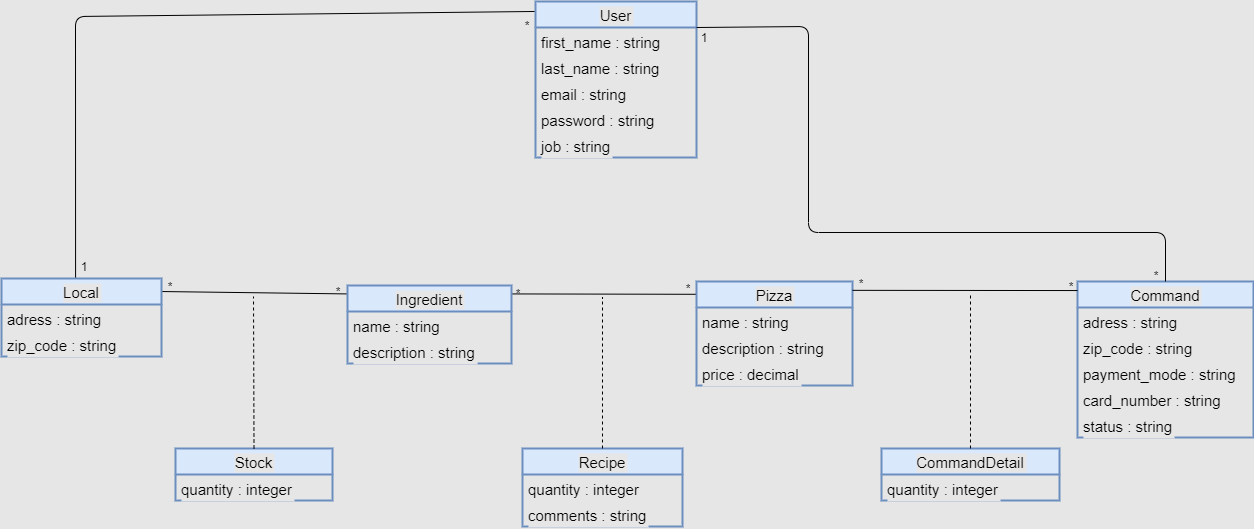
The draw.io diagram diagrammes/class_diagram.png in Tony380/Projet6, before a commit. Source tidied: cells renumbered, new cells last; positions are measured from the earlier drawing's top-left corner, leaving out a move shared by most shapes.
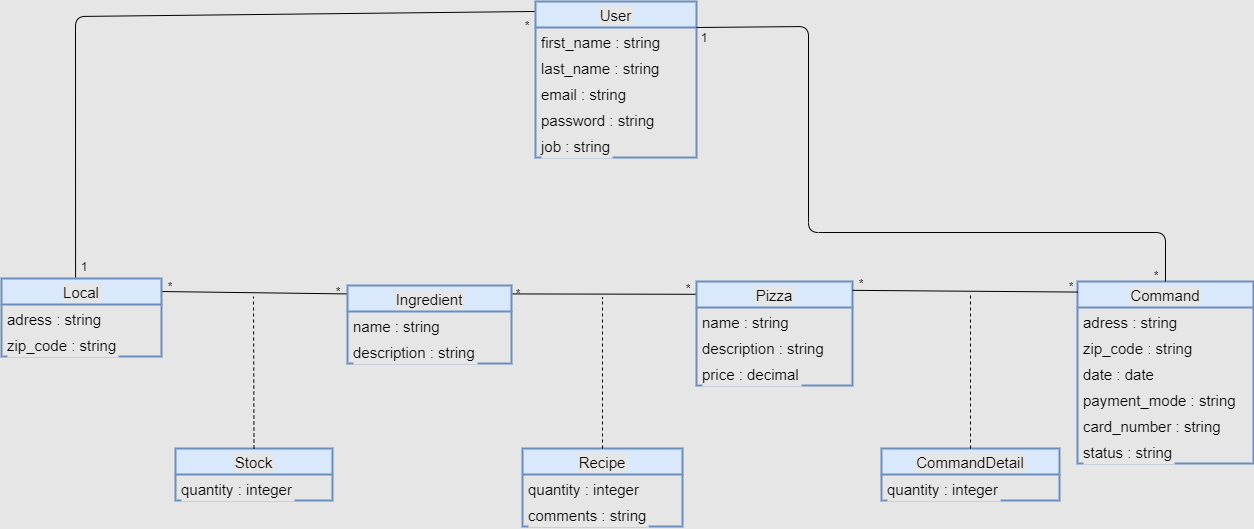
Above is the later version.

What changed in the source:
```diff
@@ -3,7 +3,7 @@
     <mxCell id="0" />
     <mxCell id="1" parent="0" />
     <mxCell id="2" value="Command" style="swimlane;fontStyle=0;horizontal=1;startSize=26;fillColor=#dae8fc;strokeWidth=2;labelBackgroundColor=#E6E6E6;fontSize=15;strokeColor=#6c8ebf;" parent="1" vertex="1">
-      <mxGeometry x="1076" y="280" width="176" height="156" as="geometry" />
+      <mxGeometry x="1076" y="280" width="176" height="182" as="geometry" />
     </mxCell>
     <mxCell id="3" value="adress : string" style="text;strokeColor=none;fillColor=none;align=left;verticalAlign=top;spacingLeft=4;spacingRight=4;overflow=hidden;labelBackgroundColor=#E6E6E6;fontSize=15;" parent="2" vertex="1">
       <mxGeometry y="26" width="176" height="26" as="geometry" />
@@ -11,14 +11,17 @@
     <mxCell id="4" value="zip_code : string" style="text;strokeColor=none;fillColor=none;align=left;verticalAlign=top;spacingLeft=4;spacingRight=4;overflow=hidden;labelBackgroundColor=#E6E6E6;fontSize=15;" parent="2" vertex="1">
       <mxGeometry y="52" width="176" height="26" as="geometry" />
     </mxCell>
+    <mxCell id="49" value="date : date" style="text;strokeColor=none;fillColor=none;align=left;verticalAlign=top;spacingLeft=4;spacingRight=4;overflow=hidden;labelBackgroundColor=#E6E6E6;fontSize=15;" parent="2" vertex="1">
+      <mxGeometry y="78" width="176" height="26" as="geometry" />
+    </mxCell>
     <mxCell id="5" value="payment_mode : string" style="text;strokeColor=none;fillColor=none;align=left;verticalAlign=top;spacingLeft=4;spacingRight=4;overflow=hidden;labelBackgroundColor=#E6E6E6;fontSize=15;" parent="2" vertex="1">
-      <mxGeometry y="78" width="176" height="26" as="geometry" />
+      <mxGeometry y="104" width="176" height="26" as="geometry" />
     </mxCell>
     <mxCell id="6" value="card_number : string" style="text;strokeColor=none;fillColor=none;align=left;verticalAlign=top;spacingLeft=4;spacingRight=4;overflow=hidden;labelBackgroundColor=#E6E6E6;fontSize=15;" parent="2" vertex="1">
-      <mxGeometry y="104" width="176" height="26" as="geometry" />
+      <mxGeometry y="130" width="176" height="26" as="geometry" />
     </mxCell>
     <mxCell id="7" value="status : string" style="text;strokeColor=none;fillColor=none;align=left;verticalAlign=top;spacingLeft=4;spacingRight=4;overflow=hidden;labelBackgroundColor=#E6E6E6;fontSize=15;" parent="2" vertex="1">
-      <mxGeometry y="130" width="176" height="26" as="geometry" />
+      <mxGeometry y="156" width="176" height="26" as="geometry" />
     </mxCell>
     <mxCell id="8" value="CommandDetail" style="swimlane;fontStyle=0;horizontal=1;startSize=26;fillColor=#dae8fc;labelBackgroundColor=#E6E6E6;strokeWidth=2;fontSize=15;strokeColor=#6c8ebf;" parent="1" vertex="1">
       <mxGeometry x="880" y="447" width="178" height="52" as="geometry" />
```
